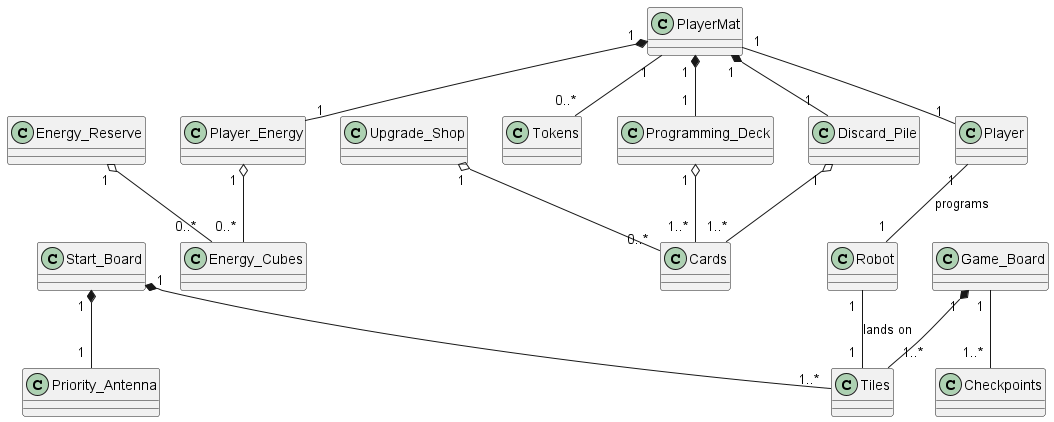
Before: imgs/diagrams/domain_diagram.png, a diagram exported from PlantUML (BjarneBjarne/Gruppe15-RoboRally2024). The source it was exported from:
```plantuml
@startuml
class Player
class Robot
class Start_Board
class Game_Board
class Energy_Reserve
class Player_Energy
class Upgrade_Shop
class Cards
class Programming_Deck
class Tokens
class Tiles
class PlayerMat
class Checkpoints
class Energy_Cubes
class Priority_Antenna
class Discard_Pile

Player " 1 " -- " 1 " Robot: programs
Player " 1 " -u- " 1 " PlayerMat

PlayerMat " 1 " *-- " 1 " Programming_Deck
PlayerMat " 1 " *-- " 1 " Player_Energy
PlayerMat " 1 " *-- " 1 " Discard_Pile
Programming_Deck " 1 " o-- " 1..* " Cards
Player_Energy " 1 " o-- " 0..* " Energy_Cubes
Discard_Pile " 1 " o-- " 1..* " Cards
PlayerMat " 1 " -- " 0..* " Tokens

Energy_Reserve " 1 " o-- " 0..* " Energy_Cubes
Upgrade_Shop " 1 " o-- " 0..* " Cards

Robot " 1 " -- " 1 " Tiles: lands on

Game_Board " 1 " *-- " 1..* " Tiles
Game_Board " 1 " -- " 1..* " Checkpoints

Start_Board " 1 " *-- " 1..* " Tiles
Start_Board " 1 " *-- " 1 " Priority_Antenna

@enduml
```
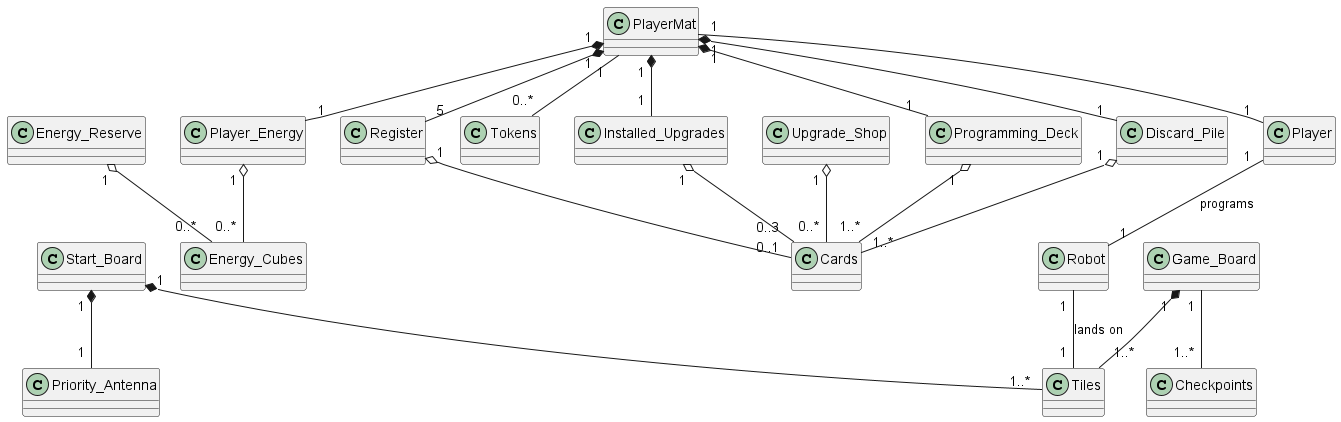
The same diagram one commit later.

Commit message:
updateg domain .png

Change to the diagram source:
```diff
@@ -1,4 +1,5 @@
 @startuml
+
 class Player
 class Robot
 class Start_Board
@@ -15,6 +16,8 @@
 class Energy_Cubes
 class Priority_Antenna
 class Discard_Pile
+class Register
+class Installed_Upgrades
 
 Player " 1 " -- " 1 " Robot: programs
 Player " 1 " -u- " 1 " PlayerMat
@@ -26,6 +29,10 @@
 Player_Energy " 1 " o-- " 0..* " Energy_Cubes
 Discard_Pile " 1 " o-- " 1..* " Cards
 PlayerMat " 1 " -- " 0..* " Tokens
+PlayerMat " 1 " *-- " 5 " Register
+Register " 1 " o-- " 0..1 " Cards
+PlayerMat " 1 " *-- " 1 " Installed_Upgrades
+Installed_Upgrades " 1 " o-- " 0..3 " Cards
 
 Energy_Reserve " 1 " o-- " 0..* " Energy_Cubes
 Upgrade_Shop " 1 " o-- " 0..* " Cards
```
